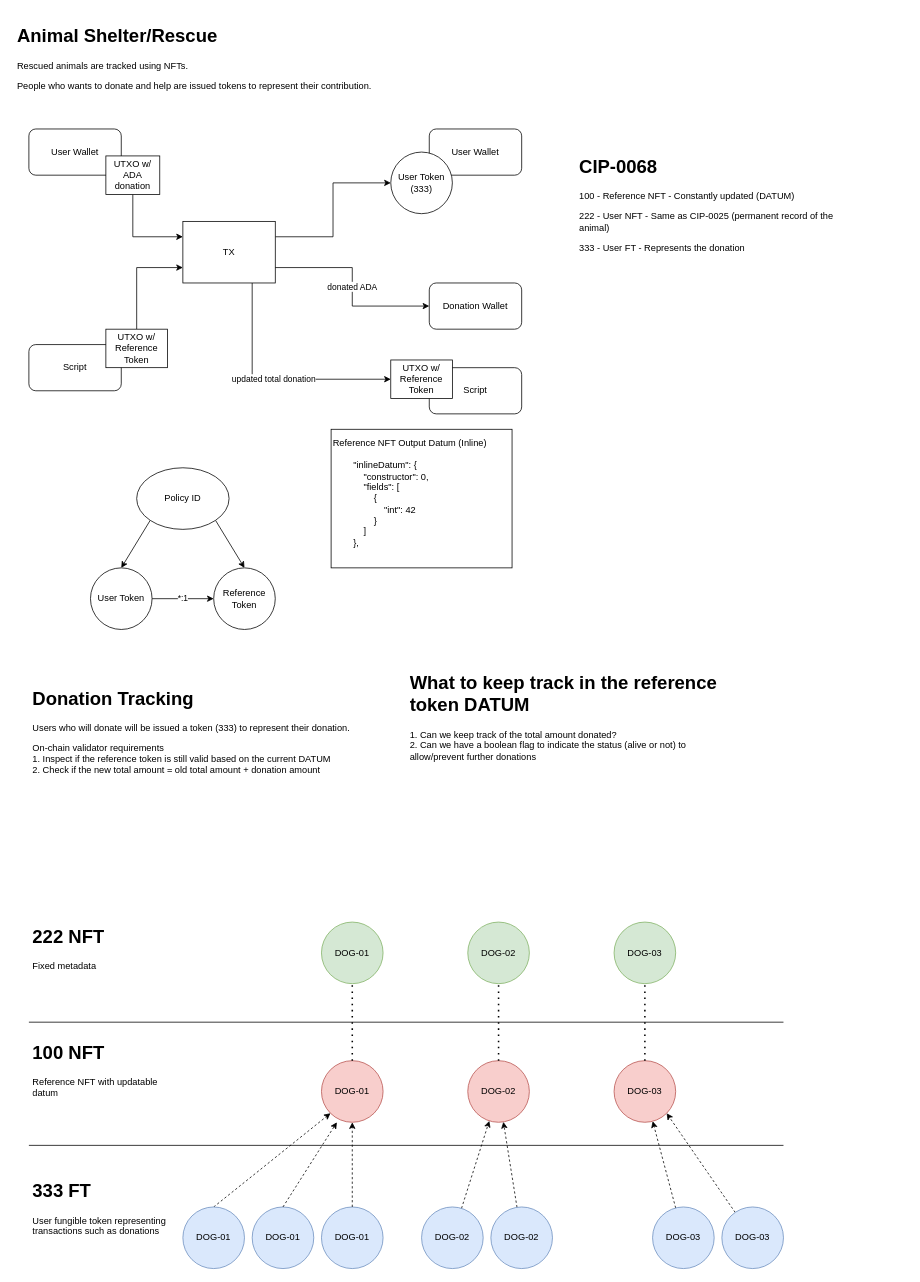
This is Animal_Shelter.drawio from fchua/cdp-final-project, a draw.io file, before an edit. Source tidied: cells renumbered, new cells numbered last; positions are measured from the earlier drawing's top-left corner, leaving out a move shared by most shapes. Both pictures are drawn from the tidied source at 77%, with x=0, y=0 at pixel (13, 21).
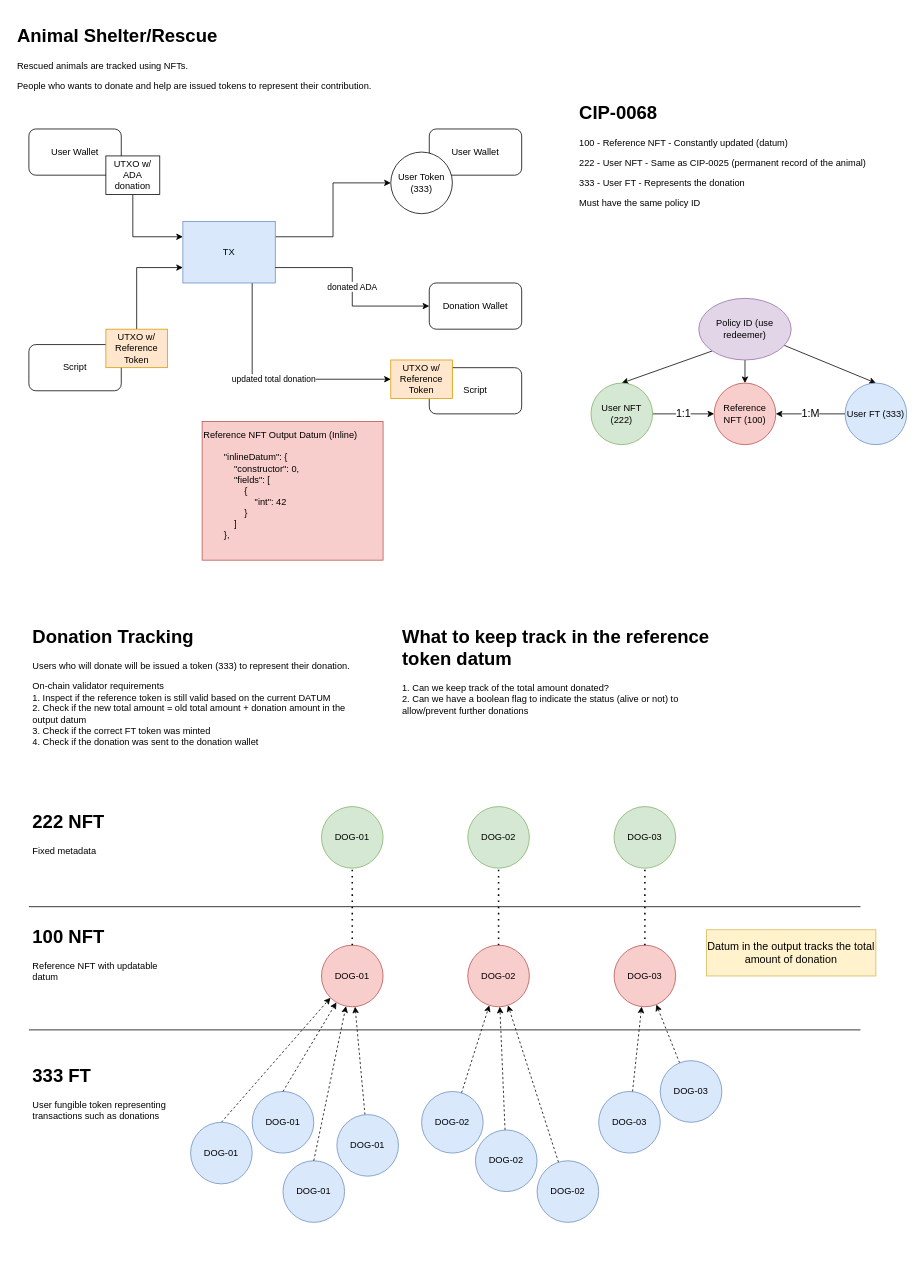
After the change.

The edit, as a diff of the source:
```diff
@@
-    <mxCell id="4" value="TX" style="rounded=0;whiteSpace=wrap;html=1;" parent="1" vertex="1">
+    <mxCell id="4" value="TX" style="rounded=0;whiteSpace=wrap;html=1;fillColor=#dae8fc;strokeColor=#6c8ebf;" parent="1" vertex="1">
       <mxGeometry x="220" y="260" width="120" height="80" as="geometry" />
     </mxCell>
@@
-    <mxCell id="11" style="edgeStyle=none;rounded=0;jettySize=auto;html=1;exitX=1;exitY=1;exitDx=0;exitDy=0;entryX=0.5;entryY=0;entryDx=0;entryDy=0;" parent="1" edge="1" source="12" target="15">
+    <mxCell id="11" style="edgeStyle=none;rounded=0;jettySize=auto;html=1;exitX=0.5;exitY=1;exitDx=0;exitDy=0;entryX=0.5;entryY=0;entryDx=0;entryDy=0;" parent="1" edge="1" source="12" target="15">
       <mxGeometry relative="1" as="geometry" />
     </mxCell>
+    <mxCell id="56" style="edgeStyle=none;rounded=0;jettySize=auto;html=1;entryX=0.5;entryY=0;entryDx=0;entryDy=0;fontSize=14;" parent="1" edge="1" source="12" target="63">
+      <mxGeometry relative="1" as="geometry" />
+    </mxCell>
-    <mxCell id="12" value="Policy ID" style="ellipse;whiteSpace=wrap;html=1;" parent="1" vertex="1">
-      <mxGeometry x="160" y="580" width="120" height="80" as="geometry" />
+    <mxCell id="12" value="Policy ID (use redeemer)" style="ellipse;whiteSpace=wrap;html=1;fillColor=#e1d5e7;strokeColor=#9673a6;" parent="1" vertex="1">
+      <mxGeometry x="890" y="360" width="120" height="80" as="geometry" />
     </mxCell>
-    <mxCell id="13" value="*:1" style="edgeStyle=none;rounded=0;jettySize=auto;html=1;exitX=1;exitY=0.5;exitDx=0;exitDy=0;entryX=0;entryY=0.5;entryDx=0;entryDy=0;" parent="1" edge="1" source="14" target="15">
+    <mxCell id="13" value="&lt;div style=&quot;font-size: 14px;&quot;&gt;1:1&lt;/div&gt;" style="edgeStyle=none;rounded=0;jettySize=auto;html=1;exitX=1;exitY=0.5;exitDx=0;exitDy=0;entryX=0;entryY=0.5;entryDx=0;entryDy=0;fontSize=14;" parent="1" edge="1" source="14" target="15">
       <mxGeometry relative="1" as="geometry" />
     </mxCell>
-    <mxCell id="14" value="User Token" style="ellipse;whiteSpace=wrap;html=1;" parent="1" vertex="1">
-      <mxGeometry x="100" y="710" width="80" height="80" as="geometry" />
+    <mxCell id="14" value="User NFT (222)" style="ellipse;whiteSpace=wrap;html=1;fillColor=#d5e8d4;strokeColor=#82b366;" parent="1" vertex="1">
+      <mxGeometry x="750" y="470" width="80" height="80" as="geometry" />
     </mxCell>
-    <mxCell id="15" value="Reference Token" style="ellipse;whiteSpace=wrap;html=1;" parent="1" vertex="1">
-      <mxGeometry x="260" y="710" width="80" height="80" as="geometry" />
+    <mxCell id="15" value="Reference NFT (100)" style="ellipse;whiteSpace=wrap;html=1;fillColor=#f8cecc;strokeColor=#b85450;" parent="1" vertex="1">
+      <mxGeometry x="910" y="470" width="80" height="80" as="geometry" />
     </mxCell>
@@
-    <mxCell id="17" value="&lt;h1&gt;Donation Tracking&lt;/h1&gt;&lt;p&gt;Users who will donate will be issued a token (333) to represent their donation.&lt;/p&gt;&lt;p&gt;On-chain validator requirements&lt;br&gt;1. Inspect if the reference token is still valid based on the current DATUM&lt;br&gt;2. Check if the new total amount = old total amount + donation amount&lt;/p&gt;" style="text;html=1;strokeColor=none;fillColor=none;spacing=5;spacingTop=-20;whiteSpace=wrap;overflow=hidden;rounded=0;" parent="1" vertex="1">
-      <mxGeometry x="20" y="860" width="440" height="120" as="geometry" />
+    <mxCell id="17" value="&lt;h1&gt;Donation Tracking&lt;/h1&gt;&lt;p&gt;Users who will donate will be issued a token (333) to represent their donation.&lt;/p&gt;&lt;p&gt;On-chain validator requirements&lt;br&gt;1. Inspect if the reference token is still valid based on the current DATUM&lt;br&gt;2. Check if the new total amount = old total amount + donation amount in the output datum&lt;br&gt;3. Check if the correct FT token was minted&lt;br&gt;4. Check if the donation was sent to the donation wallet&lt;br&gt;&lt;/p&gt;" style="text;html=1;strokeColor=none;fillColor=none;spacing=5;spacingTop=-20;whiteSpace=wrap;overflow=hidden;rounded=0;" parent="1" vertex="1">
+      <mxGeometry x="20" y="780" width="440" height="170" as="geometry" />
     </mxCell>
-    <mxCell id="18" value="&lt;h1&gt;What to keep track in the reference token DATUM&lt;/h1&gt;&lt;div&gt;1. Can we keep track of the total amount donated?&lt;br&gt;2. Can we have a boolean flag to indicate the status (alive or not) to allow/prevent further donations&lt;/div&gt;&lt;div&gt;&lt;br&gt;&lt;/div&gt;" style="text;html=1;strokeColor=none;fillColor=none;spacing=5;spacingTop=-20;whiteSpace=wrap;overflow=hidden;rounded=0;" parent="1" vertex="1">
-      <mxGeometry x="510" y="840" width="440" height="150" as="geometry" />
+    <mxCell id="18" value="&lt;h1&gt;What to keep track in the reference token datum&lt;/h1&gt;&lt;div&gt;1. Can we keep track of the total amount donated?&lt;br&gt;2. Can we have a boolean flag to indicate the status (alive or not) to allow/prevent further donations&lt;/div&gt;&lt;div&gt;&lt;br&gt;&lt;/div&gt;" style="text;html=1;strokeColor=none;fillColor=none;spacing=5;spacingTop=-20;whiteSpace=wrap;overflow=hidden;rounded=0;" parent="1" vertex="1">
+      <mxGeometry x="500" y="780" width="440" height="150" as="geometry" />
     </mxCell>
@@
-    <mxCell id="24" value="UTXO w/ Reference Token" style="rounded=0;whiteSpace=wrap;html=1;" parent="1" vertex="1">
+    <mxCell id="24" value="UTXO w/ Reference Token" style="rounded=0;whiteSpace=wrap;html=1;fillColor=#ffe6cc;strokeColor=#d79b00;" parent="1" vertex="1">
       <mxGeometry x="120" y="400" width="80" height="50" as="geometry" />
     </mxCell>
-    <mxCell id="25" value="UTXO w/ Reference Token" style="rounded=0;whiteSpace=wrap;html=1;" parent="1" vertex="1">
+    <mxCell id="25" value="UTXO w/ Reference Token" style="rounded=0;whiteSpace=wrap;html=1;fillColor=#ffe6cc;strokeColor=#d79b00;" parent="1" vertex="1">
       <mxGeometry x="490" y="440" width="80" height="50" as="geometry" />
     </mxCell>
-    <mxCell id="26" value="&lt;div style=&quot;&quot;&gt;&lt;span style=&quot;background-color: initial;&quot;&gt;Reference NFT Output Datum (Inline)&lt;/span&gt;&lt;/div&gt;&lt;div style=&quot;&quot;&gt;&lt;br&gt;&lt;/div&gt;&lt;div style=&quot;&quot;&gt;&lt;div&gt;&amp;nbsp; &amp;nbsp; &amp;nbsp; &amp;nbsp; &quot;inlineDatum&quot;: {&lt;/div&gt;&lt;div&gt;&amp;nbsp; &amp;nbsp; &amp;nbsp; &amp;nbsp; &amp;nbsp; &amp;nbsp; &quot;constructor&quot;: 0,&lt;/div&gt;&lt;div&gt;&amp;nbsp; &amp;nbsp; &amp;nbsp; &amp;nbsp; &amp;nbsp; &amp;nbsp; &quot;fields&quot;: [&lt;/div&gt;&lt;div&gt;&amp;nbsp; &amp;nbsp; &amp;nbsp; &amp;nbsp; &amp;nbsp; &amp;nbsp; &amp;nbsp; &amp;nbsp; {&lt;/div&gt;&lt;div&gt;&amp;nbsp; &amp;nbsp; &amp;nbsp; &amp;nbsp; &amp;nbsp; &amp;nbsp; &amp;nbsp; &amp;nbsp; &amp;nbsp; &amp;nbsp; &quot;int&quot;: 42&lt;/div&gt;&lt;div&gt;&amp;nbsp; &amp;nbsp; &amp;nbsp; &amp;nbsp; &amp;nbsp; &amp;nbsp; &amp;nbsp; &amp;nbsp; }&lt;/div&gt;&lt;div&gt;&amp;nbsp; &amp;nbsp; &amp;nbsp; &amp;nbsp; &amp;nbsp; &amp;nbsp; ]&lt;/div&gt;&lt;div&gt;&amp;nbsp; &amp;nbsp; &amp;nbsp; &amp;nbsp; },&lt;/div&gt;&lt;/div&gt;&lt;div style=&quot;&quot;&gt;&lt;span style=&quot;background-color: initial;&quot;&gt;&lt;br&gt;&lt;/span&gt;&lt;/div&gt;" style="rounded=0;whiteSpace=wrap;html=1;align=left;" parent="1" vertex="1">
-      <mxGeometry x="412.5" y="530" width="235" height="180" as="geometry" />
+    <mxCell id="26" value="&lt;div style=&quot;&quot;&gt;&lt;span style=&quot;background-color: initial;&quot;&gt;Reference NFT Output Datum (Inline)&lt;/span&gt;&lt;/div&gt;&lt;div style=&quot;&quot;&gt;&lt;br&gt;&lt;/div&gt;&lt;div style=&quot;&quot;&gt;&lt;div&gt;&amp;nbsp; &amp;nbsp; &amp;nbsp; &amp;nbsp; &quot;inlineDatum&quot;: {&lt;/div&gt;&lt;div&gt;&amp;nbsp; &amp;nbsp; &amp;nbsp; &amp;nbsp; &amp;nbsp; &amp;nbsp; &quot;constructor&quot;: 0,&lt;/div&gt;&lt;div&gt;&amp;nbsp; &amp;nbsp; &amp;nbsp; &amp;nbsp; &amp;nbsp; &amp;nbsp; &quot;fields&quot;: [&lt;/div&gt;&lt;div&gt;&amp;nbsp; &amp;nbsp; &amp;nbsp; &amp;nbsp; &amp;nbsp; &amp;nbsp; &amp;nbsp; &amp;nbsp; {&lt;/div&gt;&lt;div&gt;&amp;nbsp; &amp;nbsp; &amp;nbsp; &amp;nbsp; &amp;nbsp; &amp;nbsp; &amp;nbsp; &amp;nbsp; &amp;nbsp; &amp;nbsp; &quot;int&quot;: 42&lt;/div&gt;&lt;div&gt;&amp;nbsp; &amp;nbsp; &amp;nbsp; &amp;nbsp; &amp;nbsp; &amp;nbsp; &amp;nbsp; &amp;nbsp; }&lt;/div&gt;&lt;div&gt;&amp;nbsp; &amp;nbsp; &amp;nbsp; &amp;nbsp; &amp;nbsp; &amp;nbsp; ]&lt;/div&gt;&lt;div&gt;&amp;nbsp; &amp;nbsp; &amp;nbsp; &amp;nbsp; },&lt;/div&gt;&lt;/div&gt;&lt;div style=&quot;&quot;&gt;&lt;span style=&quot;background-color: initial;&quot;&gt;&lt;br&gt;&lt;/span&gt;&lt;/div&gt;" style="rounded=0;whiteSpace=wrap;html=1;align=left;fillColor=#f8cecc;strokeColor=#b85450;" parent="1" vertex="1">
+      <mxGeometry x="245" y="520" width="235" height="180" as="geometry" />
     </mxCell>
-    <mxCell id="27" value="&lt;h1&gt;CIP-0068&lt;/h1&gt;&lt;p&gt;100 - Reference NFT - Constantly updated (DATUM)&lt;/p&gt;&lt;p&gt;222 - User NFT - Same as CIP-0025 (permanent record of the animal)&lt;/p&gt;&lt;p&gt;333 - User FT - Represents the donation&lt;/p&gt;" style="text;html=1;strokeColor=none;fillColor=none;spacing=5;spacingTop=-20;whiteSpace=wrap;overflow=hidden;rounded=0;" parent="1" vertex="1">
-      <mxGeometry x="730" y="170" width="370" height="200" as="geometry" />
+    <mxCell id="27" value="&lt;h1&gt;CIP-0068&lt;/h1&gt;&lt;p&gt;100 - Reference NFT - Constantly updated (datum)&lt;/p&gt;&lt;p&gt;222 - User NFT - Same as CIP-0025 (permanent record of the animal)&lt;/p&gt;&lt;p&gt;333 - User FT - Represents the donation&lt;/p&gt;&lt;p&gt;Must have the same policy ID&lt;br&gt;&lt;/p&gt;" style="text;html=1;strokeColor=none;fillColor=none;spacing=5;spacingTop=-20;whiteSpace=wrap;overflow=hidden;rounded=0;" parent="1" vertex="1">
+      <mxGeometry x="730" y="100" width="400" height="160" as="geometry" />
     </mxCell>
     <mxCell id="28" value="DOG-01" style="ellipse;whiteSpace=wrap;html=1;fillColor=#f8cecc;strokeColor=#b85450;" parent="1" vertex="1">
-      <mxGeometry x="400" y="1350" width="80" height="80" as="geometry" />
+      <mxGeometry x="400" y="1200" width="80" height="80" as="geometry" />
     </mxCell>
     <mxCell id="29" value="DOG-02" style="ellipse;whiteSpace=wrap;html=1;fillColor=#f8cecc;strokeColor=#b85450;" parent="1" vertex="1">
-      <mxGeometry x="590" y="1350" width="80" height="80" as="geometry" />
+      <mxGeometry x="590" y="1200" width="80" height="80" as="geometry" />
     </mxCell>
     <mxCell id="30" value="DOG-03" style="ellipse;whiteSpace=wrap;html=1;fillColor=#f8cecc;strokeColor=#b85450;" parent="1" vertex="1">
-      <mxGeometry x="780" y="1350" width="80" height="80" as="geometry" />
+      <mxGeometry x="780" y="1200" width="80" height="80" as="geometry" />
     </mxCell>
     <mxCell id="31" value="DOG-01" style="ellipse;whiteSpace=wrap;html=1;fillColor=#d5e8d4;strokeColor=#82b366;" parent="1" vertex="1">
-      <mxGeometry x="400" y="1170" width="80" height="80" as="geometry" />
+      <mxGeometry x="400" y="1020" width="80" height="80" as="geometry" />
     </mxCell>
     <mxCell id="32" value="DOG-02" style="ellipse;whiteSpace=wrap;html=1;fillColor=#d5e8d4;strokeColor=#82b366;" parent="1" vertex="1">
-      <mxGeometry x="590" y="1170" width="80" height="80" as="geometry" />
+      <mxGeometry x="590" y="1020" width="80" height="80" as="geometry" />
     </mxCell>
     <mxCell id="33" value="DOG-03" style="ellipse;whiteSpace=wrap;html=1;fillColor=#d5e8d4;strokeColor=#82b366;" parent="1" vertex="1">
-      <mxGeometry x="780" y="1170" width="80" height="80" as="geometry" />
+      <mxGeometry x="780" y="1020" width="80" height="80" as="geometry" />
     </mxCell>
     <mxCell id="34" style="endArrow=none;html=1;rounded=0;" parent="1" edge="1">
       <mxGeometry relative="1" as="geometry">
-        <mxPoint x="20" y="1300" as="sourcePoint" />
-        <mxPoint x="1000" y="1300" as="targetPoint" />
+        <mxPoint x="20" y="1150" as="sourcePoint" />
+        <mxPoint x="1100" y="1150" as="targetPoint" />
       </mxGeometry>
     </mxCell>
     <mxCell id="35" value="&lt;h1&gt;222 NFT&lt;/h1&gt;&lt;p&gt;Fixed metadata&lt;/p&gt;" style="text;html=1;strokeColor=none;fillColor=none;spacing=5;spacingTop=-20;whiteSpace=wrap;overflow=hidden;rounded=0;" parent="1" vertex="1">
-      <mxGeometry x="20" y="1170" width="190" height="120" as="geometry" />
+      <mxGeometry x="20" y="1020" width="190" height="120" as="geometry" />
     </mxCell>
     <mxCell id="36" value="&lt;h1&gt;100 NFT&lt;/h1&gt;&lt;p&gt;Reference NFT with updatable datum&lt;/p&gt;" style="text;html=1;strokeColor=none;fillColor=none;spacing=5;spacingTop=-20;whiteSpace=wrap;overflow=hidden;rounded=0;" parent="1" vertex="1">
-      <mxGeometry x="20" y="1320" width="190" height="120" as="geometry" />
+      <mxGeometry x="20" y="1170" width="190" height="120" as="geometry" />
     </mxCell>
     <mxCell id="37" style="endArrow=none;html=1;rounded=0;" parent="1" edge="1">
       <mxGeometry relative="1" as="geometry">
-        <mxPoint x="20" y="1460" as="sourcePoint" />
-        <mxPoint x="1000" y="1460" as="targetPoint" />
+        <mxPoint x="20" y="1310" as="sourcePoint" />
+        <mxPoint x="1100" y="1310" as="targetPoint" />
       </mxGeometry>
     </mxCell>
@@
     <mxCell id="41" value="&lt;h1&gt;333 FT&lt;/h1&gt;&lt;p&gt;User fungible token representing transactions such as donations&lt;/p&gt;" style="text;html=1;strokeColor=none;fillColor=none;spacing=5;spacingTop=-20;whiteSpace=wrap;overflow=hidden;rounded=0;" parent="1" vertex="1">
-      <mxGeometry x="20" y="1500" width="190" height="120" as="geometry" />
+      <mxGeometry x="20" y="1350" width="190" height="120" as="geometry" />
     </mxCell>
@@
     <mxCell id="43" value="DOG-01" style="ellipse;whiteSpace=wrap;html=1;fillColor=#dae8fc;strokeColor=#6c8ebf;" parent="1" vertex="1">
-      <mxGeometry x="220" y="1540" width="80" height="80" as="geometry" />
+      <mxGeometry x="230" y="1430" width="80" height="80" as="geometry" />
     </mxCell>
     <mxCell id="44" value="DOG-01" style="ellipse;whiteSpace=wrap;html=1;fillColor=#dae8fc;strokeColor=#6c8ebf;" parent="1" vertex="1">
-      <mxGeometry x="310" y="1540" width="80" height="80" as="geometry" />
+      <mxGeometry x="310" y="1390" width="80" height="80" as="geometry" />
     </mxCell>
     <mxCell id="45" value="DOG-01" style="ellipse;whiteSpace=wrap;html=1;fillColor=#dae8fc;strokeColor=#6c8ebf;" parent="1" vertex="1">
-      <mxGeometry x="400" y="1540" width="80" height="80" as="geometry" />
+      <mxGeometry x="350" y="1480" width="80" height="80" as="geometry" />
     </mxCell>
@@
     <mxCell id="47" value="DOG-02" style="ellipse;whiteSpace=wrap;html=1;fillColor=#dae8fc;strokeColor=#6c8ebf;" parent="1" vertex="1">
-      <mxGeometry x="530" y="1540" width="80" height="80" as="geometry" />
+      <mxGeometry x="530" y="1390" width="80" height="80" as="geometry" />
     </mxCell>
@@
     <mxCell id="49" value="DOG-02" style="ellipse;whiteSpace=wrap;html=1;fillColor=#dae8fc;strokeColor=#6c8ebf;" parent="1" vertex="1">
-      <mxGeometry x="620" y="1540" width="80" height="80" as="geometry" />
+      <mxGeometry x="600" y="1440" width="80" height="80" as="geometry" />
     </mxCell>
@@
     <mxCell id="51" value="DOG-03" style="ellipse;whiteSpace=wrap;html=1;fillColor=#dae8fc;strokeColor=#6c8ebf;" parent="1" vertex="1">
-      <mxGeometry x="830" y="1540" width="80" height="80" as="geometry" />
+      <mxGeometry x="760" y="1390" width="80" height="80" as="geometry" />
     </mxCell>
-    <mxCell id="52" style="edgeStyle=none;rounded=0;jettySize=auto;html=1;entryX=1;entryY=1;entryDx=0;entryDy=0;dashed=1;" parent="1" edge="1" source="53" target="30">
+    <mxCell id="52" style="edgeStyle=none;rounded=0;jettySize=auto;html=1;dashed=1;" parent="1" edge="1" source="53" target="30">
       <mxGeometry relative="1" as="geometry" />
     </mxCell>
     <mxCell id="53" value="DOG-03" style="ellipse;whiteSpace=wrap;html=1;fillColor=#dae8fc;strokeColor=#6c8ebf;" parent="1" vertex="1">
-      <mxGeometry x="920" y="1540" width="80" height="80" as="geometry" />
+      <mxGeometry x="840" y="1350" width="80" height="80" as="geometry" />
     </mxCell>
-    <mxCell id="54" style="rounded=0;jettySize=auto;html=1;exitX=0.5;exitY=0;exitDx=0;exitDy=0;dashed=1;entryX=0.25;entryY=1;entryDx=0;entryDy=0;entryPerimeter=0;" parent="1" edge="1" source="44" target="28">
+    <mxCell id="54" style="rounded=0;jettySize=auto;html=1;exitX=0.5;exitY=0;exitDx=0;exitDy=0;dashed=1;" parent="1" edge="1" source="44" target="28">
       <mxGeometry relative="1" as="geometry" />
     </mxCell>
-    <mxCell id="55" style="rounded=0;jettySize=auto;html=1;exitX=0.5;exitY=0;exitDx=0;exitDy=0;entryX=0.5;entryY=1;entryDx=0;entryDy=0;dashed=1;" parent="1" edge="1" source="45" target="28">
+    <mxCell id="55" style="rounded=0;jettySize=auto;html=1;exitX=0.5;exitY=0;exitDx=0;exitDy=0;dashed=1;" parent="1" edge="1" source="45" target="28">
       <mxGeometry relative="1" as="geometry" />
     </mxCell>
+    <mxCell id="57" value="Datum in the output tracks the total amount of donation" style="text;html=1;strokeColor=#d6b656;fillColor=#fff2cc;align=center;verticalAlign=middle;whiteSpace=wrap;rounded=0;fontSize=14;" parent="1" vertex="1">
+      <mxGeometry x="900" y="1180" width="220" height="60" as="geometry" />
+    </mxCell>
+    <mxCell id="58" style="rounded=0;jettySize=auto;html=1;fontSize=14;dashed=1;" parent="1" edge="1" source="59" target="29">
+      <mxGeometry relative="1" as="geometry" />
+    </mxCell>
+    <mxCell id="59" value="DOG-02" style="ellipse;whiteSpace=wrap;html=1;fillColor=#dae8fc;strokeColor=#6c8ebf;" parent="1" vertex="1">
+      <mxGeometry x="680" y="1480" width="80" height="80" as="geometry" />
+    </mxCell>
+    <mxCell id="60" style="edgeStyle=none;rounded=0;jettySize=auto;html=1;dashed=1;fontSize=14;" parent="1" edge="1" source="61" target="28">
+      <mxGeometry relative="1" as="geometry" />
+    </mxCell>
+    <mxCell id="61" value="DOG-01" style="ellipse;whiteSpace=wrap;html=1;fillColor=#dae8fc;strokeColor=#6c8ebf;" parent="1" vertex="1">
+      <mxGeometry x="420" y="1420" width="80" height="80" as="geometry" />
+    </mxCell>
+    <mxCell id="62" value="&lt;div&gt;1:M&lt;/div&gt;" style="edgeStyle=none;rounded=0;jettySize=auto;html=1;exitX=0;exitY=0.5;exitDx=0;exitDy=0;entryX=1;entryY=0.5;entryDx=0;entryDy=0;fontSize=14;" parent="1" edge="1" source="63" target="15">
+      <mxGeometry relative="1" as="geometry" />
+    </mxCell>
+    <mxCell id="63" value="User FT (333)" style="ellipse;whiteSpace=wrap;html=1;fillColor=#dae8fc;strokeColor=#6c8ebf;" parent="1" vertex="1">
+      <mxGeometry x="1080" y="470" width="80" height="80" as="geometry" />
+    </mxCell>
```
